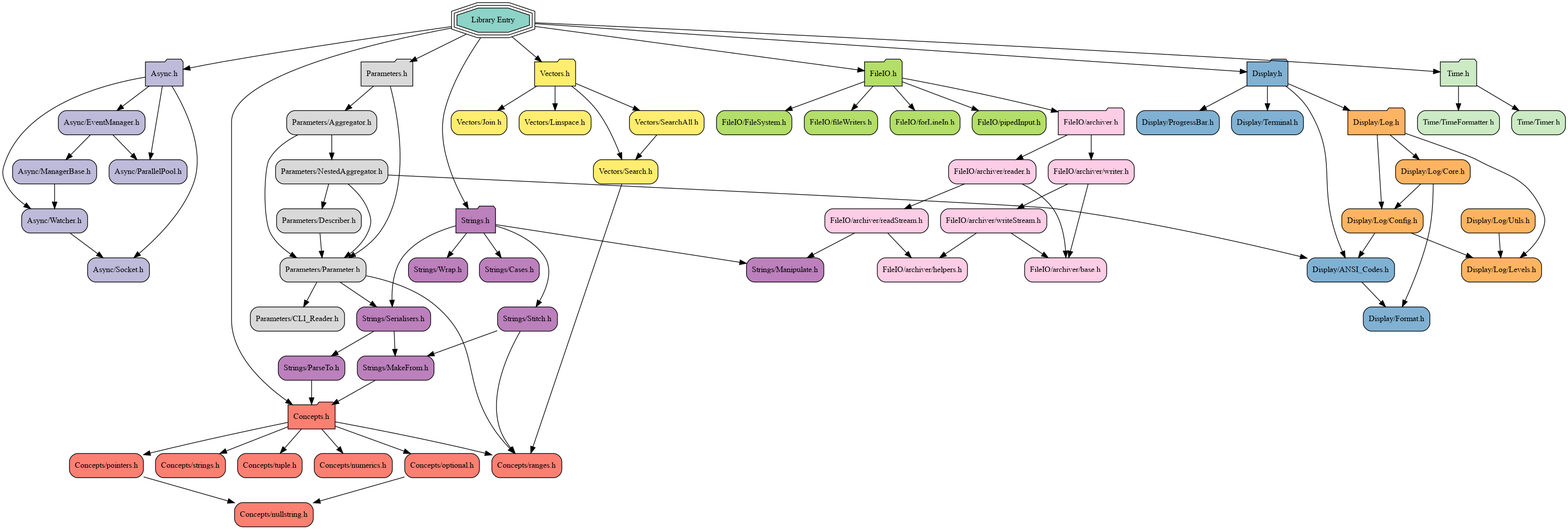
Before: docs/visualiser/network.png, a diagram exported from Graphviz (DrFraserGovil/JSL). Its source is kept beside it as docs/visualiser/network.dot.
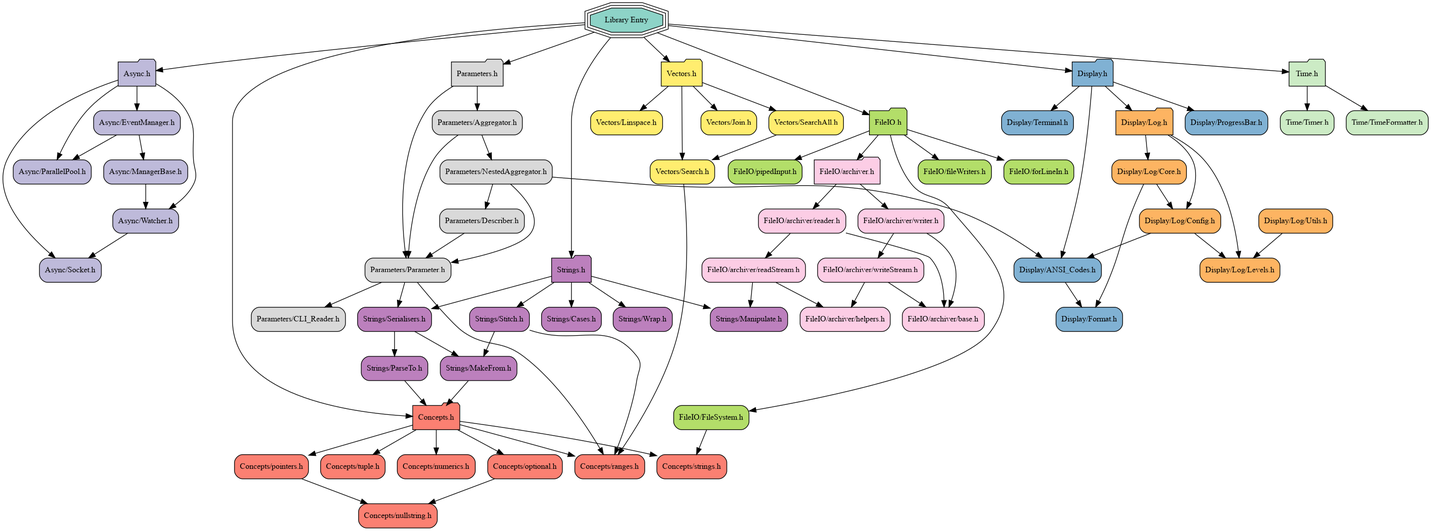
Later version of the same file.

Diff of the diagram source:
```diff
@@ -107,6 +107,7 @@
     "JSL/FileIO.h"                      -> "JSL/FileIO/fileWriters.h"
     "JSL/FileIO.h"                      -> "JSL/FileIO/pipedInput.h"
     "JSL/FileIO.h"                      -> "JSL/FileIO/archiver.h"
+    "JSL/FileIO/FileSystem.h"           -> "JSL/Concepts/strings.h"
     "JSL/FileIO/archiver.h"             -> "JSL/FileIO/archiver/writer.h"
     "JSL/FileIO/archiver.h"             -> "JSL/FileIO/archiver/reader.h"
     "JSL/FileIO/archiver/readStream.h"  -> "JSL/Strings/Manipulate.h"
```
